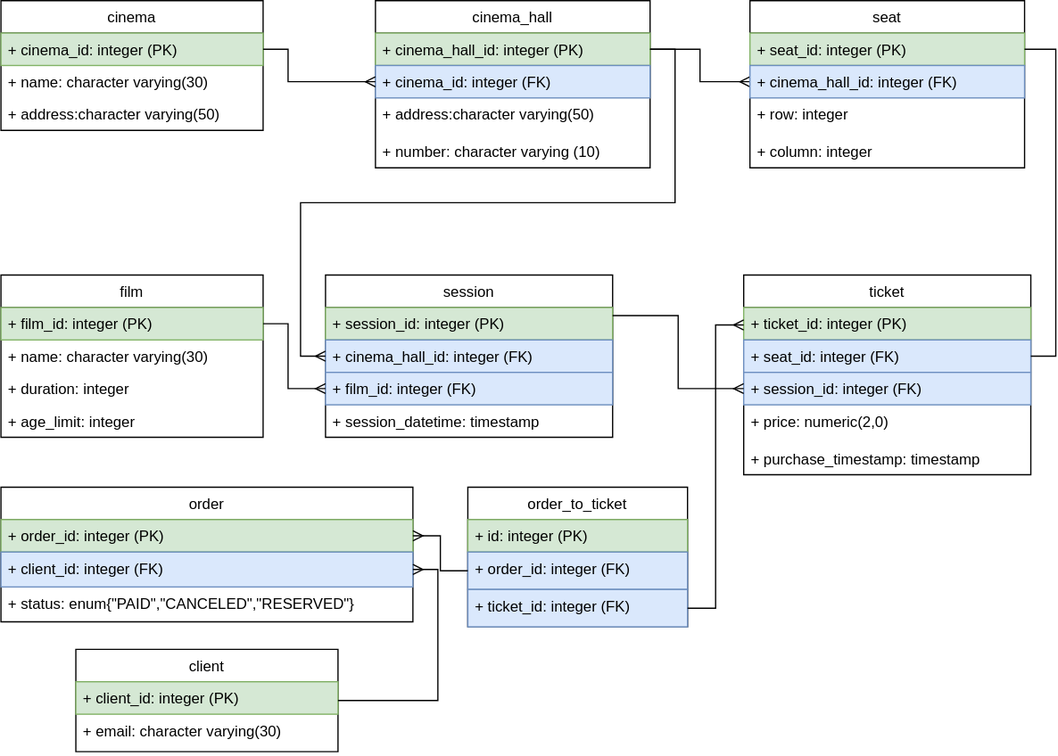
This is diagram.svg from otusteamedu/PHP2021, a draw.io export, as it was before one commit. Source tidied: cells renumbered, new cells last; positions are measured from the earlier drawing's top-left corner, leaving out a move shared by most shapes.
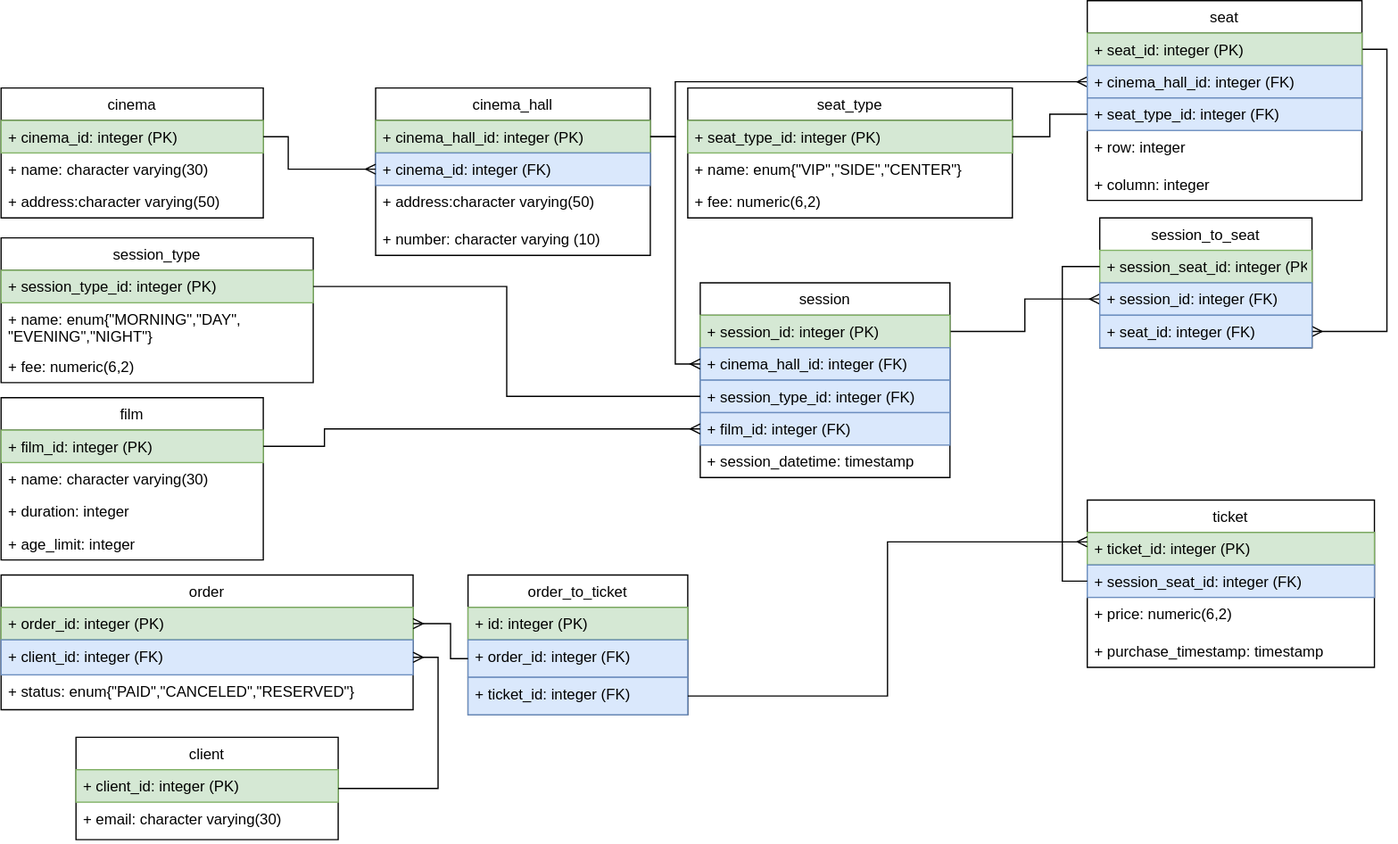
The same file after the commit.

The edit, as a diff of the source:
```diff
@@ -47,10 +47,18 @@
       <mxGeometry y="52" width="210" height="30" as="geometry" />
     </mxCell>
     <mxCell id="15" style="edgeStyle=orthogonalEdgeStyle;rounded=0;jettySize=auto;html=1;exitX=0;exitY=0.5;exitDx=0;exitDy=0;entryX=1;entryY=0.5;entryDx=0;entryDy=0;startArrow=ERmany;startFill=0;endArrow=none;endFill=0;" parent="1" edge="1" source="18" target="7">
-      <mxGeometry relative="1" as="geometry" />
+      <mxGeometry relative="1" as="geometry">
+        <Array as="points">
+          <mxPoint x="540" y="-5" />
+          <mxPoint x="540" y="39" />
+        </Array>
+      </mxGeometry>
     </mxCell>
+    <mxCell id="52" style="edgeStyle=orthogonalEdgeStyle;rounded=0;jettySize=auto;html=1;exitX=1;exitY=0.5;exitDx=0;exitDy=0;entryX=1;entryY=0.5;entryDx=0;entryDy=0;endArrow=ERmany;endFill=0;" parent="1" edge="1" source="17" target="23">
+      <mxGeometry relative="1" as="geometry" />
+    </mxCell>
     <mxCell id="16" value="seat" style="swimlane;fontStyle=0;horizontal=1;startSize=26;fillColor=none;" parent="1" vertex="1">
-      <mxGeometry x="600" width="220" height="134" as="geometry" />
+      <mxGeometry x="870" y="-70" width="220" height="160" as="geometry" />
     </mxCell>
     <mxCell id="17" value="+ seat_id: integer (PK)" style="text;strokeColor=#82b366;fillColor=#d5e8d4;align=left;verticalAlign=top;spacingLeft=4;spacingRight=4;overflow=hidden;points=[[0,0.5],[1,0.5]];portConstraint=eastwest;" parent="16" vertex="1">
       <mxGeometry y="26" width="220" height="26" as="geometry" />
@@ -58,56 +66,61 @@
     <mxCell id="18" value="+ cinema_hall_id: integer (FK)" style="text;strokeColor=#6c8ebf;fillColor=#dae8fc;align=left;verticalAlign=top;spacingLeft=4;spacingRight=4;overflow=hidden;points=[[0,0.5],[1,0.5]];portConstraint=eastwest;" parent="16" vertex="1">
       <mxGeometry y="52" width="220" height="26" as="geometry" />
     </mxCell>
+    <mxCell id="53" value="+ seat_type_id: integer (FK)" style="text;strokeColor=#6c8ebf;fillColor=#dae8fc;align=left;verticalAlign=top;spacingLeft=4;spacingRight=4;overflow=hidden;points=[[0,0.5],[1,0.5]];portConstraint=eastwest;" parent="16" vertex="1">
+      <mxGeometry y="78" width="220" height="26" as="geometry" />
+    </mxCell>
     <mxCell id="19" value="+ row: integer" style="text;strokeColor=none;fillColor=none;align=left;verticalAlign=top;spacingLeft=4;spacingRight=4;overflow=hidden;" parent="16" vertex="1">
-      <mxGeometry y="78" width="220" height="30" as="geometry" />
+      <mxGeometry y="104" width="220" height="30" as="geometry" />
     </mxCell>
     <mxCell id="20" value="+ column: integer" style="text;strokeColor=none;fillColor=none;align=left;verticalAlign=top;spacingLeft=4;spacingRight=4;overflow=hidden;" parent="16" vertex="1">
-      <mxGeometry y="108" width="220" height="26" as="geometry" />
+      <mxGeometry y="134" width="220" height="26" as="geometry" />
     </mxCell>
     <mxCell id="21" value="ticket" style="swimlane;fontStyle=0;horizontal=1;startSize=26;fillColor=none;" parent="1" vertex="1">
-      <mxGeometry x="595" y="220" width="230" height="160" as="geometry" />
+      <mxGeometry x="870" y="330" width="230" height="134" as="geometry" />
     </mxCell>
     <mxCell id="22" value="+ ticket_id: integer (PK)" style="text;strokeColor=#82b366;fillColor=#d5e8d4;align=left;verticalAlign=top;spacingLeft=4;spacingRight=4;overflow=hidden;" parent="21" vertex="1">
       <mxGeometry y="26" width="230" height="26" as="geometry" />
     </mxCell>
-    <mxCell id="23" value="+ seat_id: integer (FK)" style="text;strokeColor=#6c8ebf;fillColor=#dae8fc;align=left;verticalAlign=top;spacingLeft=4;spacingRight=4;overflow=hidden;points=[[0,0.5],[1,0.5]];portConstraint=eastwest;" parent="21" vertex="1">
-      <mxGeometry y="52" width="230" height="26" as="geometry" />
-    </mxCell>
-    <mxCell id="24" value="+ session_id: integer (FK)" style="text;strokeColor=#6c8ebf;fillColor=#dae8fc;align=left;verticalAlign=top;spacingLeft=4;spacingRight=4;overflow=hidden;points=[[0,0.5],[1,0.5]];portConstraint=eastwest;" parent="21" vertex="1">
-      <mxGeometry y="78" width="230" height="26" as="geometry" />
+    <mxCell id="24" value="+ session_seat_id: integer (FK)" style="text;strokeColor=#6c8ebf;fillColor=#dae8fc;align=left;verticalAlign=top;spacingLeft=4;spacingRight=4;overflow=hidden;points=[[0,0.5],[1,0.5]];portConstraint=eastwest;" parent="21" vertex="1">
+      <mxGeometry y="52" width="230" height="26" as="geometry" />
     </mxCell>
-    <mxCell id="25" value="+ price: numeric(2,0)" style="text;strokeColor=none;fillColor=none;align=left;verticalAlign=top;spacingLeft=4;spacingRight=4;overflow=hidden;" parent="21" vertex="1">
-      <mxGeometry y="104" width="230" height="30" as="geometry" />
+    <mxCell id="25" value="+ price: numeric(6,2)" style="text;strokeColor=none;fillColor=none;align=left;verticalAlign=top;spacingLeft=4;spacingRight=4;overflow=hidden;" parent="21" vertex="1">
+      <mxGeometry y="78" width="230" height="30" as="geometry" />
     </mxCell>
     <mxCell id="26" value="+ purchase_timestamp: timestamp" style="text;strokeColor=none;fillColor=none;align=left;verticalAlign=top;spacingLeft=4;spacingRight=4;overflow=hidden;" parent="21" vertex="1">
-      <mxGeometry y="134" width="230" height="26" as="geometry" />
+      <mxGeometry y="108" width="230" height="26" as="geometry" />
     </mxCell>
-    <mxCell id="27" style="edgeStyle=orthogonalEdgeStyle;rounded=0;jettySize=auto;html=1;exitX=1;exitY=0.5;exitDx=0;exitDy=0;entryX=1;entryY=0.5;entryDx=0;entryDy=0;startArrow=none;startFill=0;endArrow=none;endFill=0;" parent="1" edge="1" source="23" target="17">
-      <mxGeometry relative="1" as="geometry" />
-    </mxCell>
+    <mxCell id="54" style="edgeStyle=orthogonalEdgeStyle;rounded=0;jettySize=auto;html=1;exitX=1;exitY=0.25;exitDx=0;exitDy=0;entryX=0;entryY=0.5;entryDx=0;entryDy=0;endArrow=ERmany;endFill=0;" parent="1" edge="1" source="28" target="58">
+      <mxGeometry relative="1" as="geometry" />
+    </mxCell>
     <mxCell id="28" value="session" style="swimlane;fontStyle=0;horizontal=1;startSize=26;fillColor=none;" parent="1" vertex="1">
-      <mxGeometry x="260" y="220" width="230" height="130" as="geometry" />
+      <mxGeometry x="560" y="156" width="200" height="156" as="geometry" />
     </mxCell>
     <mxCell id="29" value="+ session_id: integer (PK)" style="text;strokeColor=#82b366;fillColor=#d5e8d4;align=left;verticalAlign=top;spacingLeft=4;spacingRight=4;overflow=hidden;" parent="28" vertex="1">
-      <mxGeometry y="26" width="230" height="26" as="geometry" />
+      <mxGeometry y="26" width="200" height="26" as="geometry" />
     </mxCell>
     <mxCell id="30" value="+ cinema_hall_id: integer (FK)" style="text;strokeColor=#6c8ebf;fillColor=#dae8fc;align=left;verticalAlign=top;spacingLeft=4;spacingRight=4;overflow=hidden;points=[[0,0.5],[1,0.5]];portConstraint=eastwest;" parent="28" vertex="1">
-      <mxGeometry y="52" width="230" height="26" as="geometry" />
+      <mxGeometry y="52" width="200" height="26" as="geometry" />
     </mxCell>
+    <mxCell id="55" value="+ session_type_id: integer (FK)" style="text;strokeColor=#6c8ebf;fillColor=#dae8fc;align=left;verticalAlign=top;spacingLeft=4;spacingRight=4;overflow=hidden;points=[[0,0.5],[1,0.5]];portConstraint=eastwest;" parent="28" vertex="1">
+      <mxGeometry y="78" width="200" height="26" as="geometry" />
+    </mxCell>
     <mxCell id="31" value="+ film_id: integer (FK)" style="text;strokeColor=#6c8ebf;fillColor=#dae8fc;align=left;verticalAlign=top;spacingLeft=4;spacingRight=4;overflow=hidden;points=[[0,0.5],[1,0.5]];portConstraint=eastwest;" parent="28" vertex="1">
-      <mxGeometry y="78" width="230" height="26" as="geometry" />
+      <mxGeometry y="104" width="200" height="26" as="geometry" />
     </mxCell>
     <mxCell id="32" value="+ session_datetime: timestamp" style="text;strokeColor=none;fillColor=none;align=left;verticalAlign=top;spacingLeft=4;spacingRight=4;overflow=hidden;" parent="28" vertex="1">
-      <mxGeometry y="104" width="230" height="26" as="geometry" />
+      <mxGeometry y="130" width="200" height="26" as="geometry" />
     </mxCell>
     <mxCell id="33" style="edgeStyle=orthogonalEdgeStyle;rounded=0;jettySize=auto;html=1;exitX=0;exitY=0.5;exitDx=0;exitDy=0;entryX=1;entryY=0.5;entryDx=0;entryDy=0;startArrow=ERmany;startFill=0;endArrow=none;endFill=0;" parent="1" edge="1" source="30" target="7">
-      <mxGeometry relative="1" as="geometry" />
+      <mxGeometry relative="1" as="geometry">
+        <Array as="points">
+          <mxPoint x="540" y="221" />
+          <mxPoint x="540" y="39" />
+        </Array>
+      </mxGeometry>
     </mxCell>
-    <mxCell id="34" style="edgeStyle=orthogonalEdgeStyle;rounded=0;jettySize=auto;html=1;exitX=0;exitY=0.5;exitDx=0;exitDy=0;entryX=1;entryY=0.25;entryDx=0;entryDy=0;startArrow=ERmany;startFill=0;endArrow=none;endFill=0;" parent="1" edge="1" source="24" target="28">
-      <mxGeometry relative="1" as="geometry" />
-    </mxCell>
     <mxCell id="35" value="film" style="swimlane;fontStyle=0;horizontal=1;startSize=26;fillColor=none;" parent="1" vertex="1">
-      <mxGeometry y="220" width="210" height="130" as="geometry" />
+      <mxGeometry y="248" width="210" height="130" as="geometry" />
     </mxCell>
     <mxCell id="36" value="+ film_id: integer (PK)" style="text;strokeColor=#82b366;fillColor=#d5e8d4;align=left;verticalAlign=top;spacingLeft=4;spacingRight=4;overflow=hidden;points=[[0,0.5],[1,0.5]];portConstraint=eastwest;" parent="35" vertex="1">
       <mxGeometry y="26" width="210" height="26" as="geometry" />
@@ -124,8 +137,8 @@
     <mxCell id="40" style="edgeStyle=orthogonalEdgeStyle;rounded=0;jettySize=auto;html=1;exitX=1;exitY=0.5;exitDx=0;exitDy=0;entryX=0;entryY=0.5;entryDx=0;entryDy=0;startArrow=none;startFill=0;endArrow=ERmany;endFill=0;" parent="1" edge="1" source="36" target="31">
       <mxGeometry relative="1" as="geometry">
         <Array as="points">
-          <mxPoint x="230" y="259" />
-          <mxPoint x="230" y="311" />
+          <mxPoint x="259" y="287" />
+          <mxPoint x="259" y="273" />
         </Array>
       </mxGeometry>
     </mxCell>
@@ -157,10 +170,65 @@
       <mxGeometry y="82" width="176" height="30" as="geometry" />
     </mxCell>
     <mxCell id="50" style="edgeStyle=orthogonalEdgeStyle;rounded=0;jettySize=auto;html=1;exitX=0;exitY=0.5;exitDx=0;exitDy=0;entryX=1;entryY=0.5;entryDx=0;entryDy=0;startArrow=none;startFill=0;endArrow=ERmany;endFill=0;" parent="1" edge="1" source="48" target="42">
-      <mxGeometry relative="1" as="geometry" />
+      <mxGeometry relative="1" as="geometry">
+        <Array as="points">
+          <mxPoint x="360" y="457" />
+          <mxPoint x="360" y="429" />
+        </Array>
+      </mxGeometry>
     </mxCell>
     <mxCell id="51" style="edgeStyle=orthogonalEdgeStyle;rounded=0;jettySize=auto;html=1;exitX=1;exitY=0.5;exitDx=0;exitDy=0;entryX=0;entryY=0.25;entryDx=0;entryDy=0;startArrow=none;startFill=0;endArrow=ERmany;endFill=0;" parent="1" edge="1" source="49" target="21">
       <mxGeometry relative="1" as="geometry" />
     </mxCell>
+    <mxCell id="56" value="session_to_seat" style="swimlane;fontStyle=0;horizontal=1;startSize=26;fillColor=none;" parent="1" vertex="1">
+      <mxGeometry x="880" y="104" width="170" height="104" as="geometry" />
+    </mxCell>
+    <mxCell id="57" value="+ session_seat_id: integer (PK)" style="text;strokeColor=#82b366;fillColor=#d5e8d4;align=left;verticalAlign=top;spacingLeft=4;spacingRight=4;overflow=hidden;points=[[0,0.5],[1,0.5]];portConstraint=eastwest;" parent="56" vertex="1">
+      <mxGeometry y="26" width="170" height="26" as="geometry" />
+    </mxCell>
+    <mxCell id="58" value="+ session_id: integer (FK)" style="text;strokeColor=#6c8ebf;fillColor=#dae8fc;align=left;verticalAlign=top;spacingLeft=4;spacingRight=4;overflow=hidden;points=[[0,0.5],[1,0.5]];portConstraint=eastwest;" parent="56" vertex="1">
+      <mxGeometry y="52" width="170" height="26" as="geometry" />
+    </mxCell>
+    <mxCell id="23" value="+ seat_id: integer (FK)" style="text;strokeColor=#6c8ebf;fillColor=#dae8fc;align=left;verticalAlign=top;spacingLeft=4;spacingRight=4;overflow=hidden;points=[[0,0.5],[1,0.5]];portConstraint=eastwest;" parent="56" vertex="1">
+      <mxGeometry y="78" width="170" height="26" as="geometry" />
+    </mxCell>
+    <mxCell id="59" value="seat_type" style="swimlane;fontStyle=0;horizontal=1;startSize=26;fillColor=none;" parent="1" vertex="1">
+      <mxGeometry x="550" width="260" height="104" as="geometry" />
+    </mxCell>
+    <mxCell id="60" value="+ seat_type_id: integer (PK)" style="text;strokeColor=#82b366;fillColor=#d5e8d4;align=left;verticalAlign=top;spacingLeft=4;spacingRight=4;overflow=hidden;points=[[0,0.5],[1,0.5]];portConstraint=eastwest;" parent="59" vertex="1">
+      <mxGeometry y="26" width="260" height="26" as="geometry" />
+    </mxCell>
+    <mxCell id="61" value="+ name: enum{&quot;VIP&quot;,&quot;SIDE&quot;,&quot;CENTER&quot;}" style="text;strokeColor=none;fillColor=none;align=left;verticalAlign=top;spacingLeft=4;spacingRight=4;overflow=hidden;" parent="59" vertex="1">
+      <mxGeometry y="52" width="260" height="26" as="geometry" />
+    </mxCell>
+    <mxCell id="62" value="+ fee: numeric(6,2)" style="text;strokeColor=none;fillColor=none;align=left;verticalAlign=top;spacingLeft=4;spacingRight=4;overflow=hidden;" parent="59" vertex="1">
+      <mxGeometry y="78" width="260" height="26" as="geometry" />
+    </mxCell>
+    <mxCell id="63" style="edgeStyle=orthogonalEdgeStyle;rounded=0;jettySize=auto;html=1;exitX=0;exitY=0.5;exitDx=0;exitDy=0;entryX=1;entryY=0.5;entryDx=0;entryDy=0;endArrow=none;endFill=0;" parent="1" edge="1" source="53" target="60">
+      <mxGeometry relative="1" as="geometry">
+        <Array as="points">
+          <mxPoint x="840" y="21" />
+          <mxPoint x="840" y="39" />
+        </Array>
+      </mxGeometry>
+    </mxCell>
+    <mxCell id="64" value="session_type" style="swimlane;fontStyle=0;horizontal=1;startSize=26;fillColor=none;" parent="1" vertex="1">
+      <mxGeometry y="120" width="250" height="116" as="geometry" />
+    </mxCell>
+    <mxCell id="65" value="+ session_type_id: integer (PK)" style="text;strokeColor=#82b366;fillColor=#d5e8d4;align=left;verticalAlign=top;spacingLeft=4;spacingRight=4;overflow=hidden;points=[[0,0.5],[1,0.5]];portConstraint=eastwest;" parent="64" vertex="1">
+      <mxGeometry y="26" width="250" height="26" as="geometry" />
+    </mxCell>
+    <mxCell id="66" value="+ name: enum{&quot;MORNING&quot;,&quot;DAY&quot;,&#10;&quot;EVENING&quot;,&quot;NIGHT&quot;}" style="text;strokeColor=none;fillColor=none;align=left;verticalAlign=top;spacingLeft=4;spacingRight=4;overflow=hidden;" parent="64" vertex="1">
+      <mxGeometry y="52" width="250" height="38" as="geometry" />
+    </mxCell>
+    <mxCell id="67" value="+ fee: numeric(6,2)" style="text;strokeColor=none;fillColor=none;align=left;verticalAlign=top;spacingLeft=4;spacingRight=4;overflow=hidden;" parent="64" vertex="1">
+      <mxGeometry y="90" width="250" height="26" as="geometry" />
+    </mxCell>
+    <mxCell id="68" style="edgeStyle=orthogonalEdgeStyle;rounded=0;jettySize=auto;html=1;exitX=1;exitY=0.5;exitDx=0;exitDy=0;entryX=0;entryY=0.5;entryDx=0;entryDy=0;endArrow=none;endFill=0;" parent="1" edge="1" source="65" target="55">
+      <mxGeometry relative="1" as="geometry" />
+    </mxCell>
+    <mxCell id="69" style="edgeStyle=orthogonalEdgeStyle;rounded=0;jettySize=auto;html=1;exitX=0;exitY=0.5;exitDx=0;exitDy=0;entryX=0;entryY=0.5;entryDx=0;entryDy=0;endArrow=none;endFill=0;" parent="1" edge="1" source="24" target="57">
+      <mxGeometry relative="1" as="geometry" />
+    </mxCell>
   </root>
 </mxGraphModel>
```
